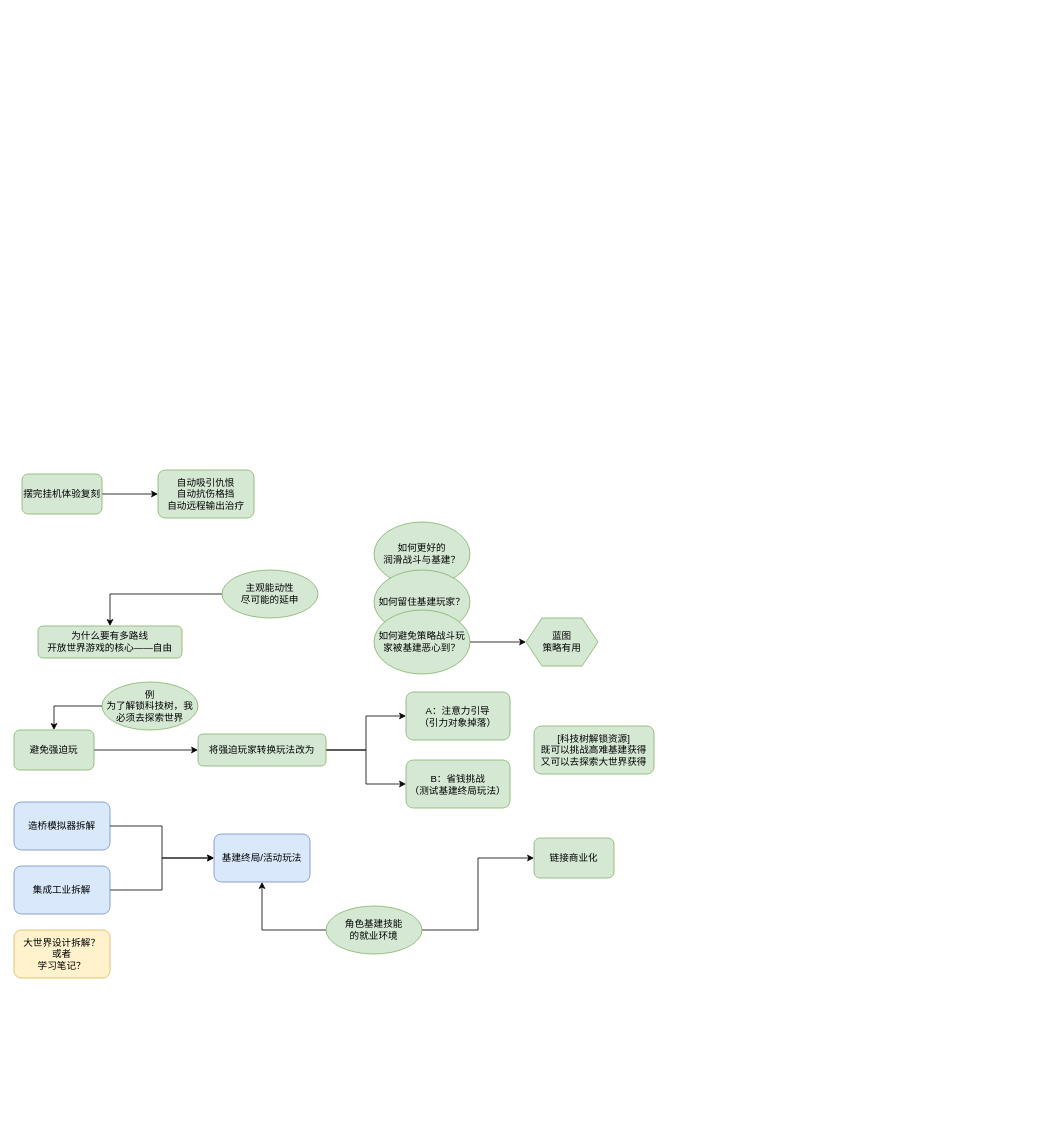
This is 方舟案子思考.drawio from Monokero/draw.io, a draw.io file, before an edit. Source tidied: cells renumbered, new cells numbered last; positions are measured from the earlier drawing's top-left corner, leaving out a move shared by most shapes. Both pictures are drawn from the tidied source at 80%, with x=0, y=0 at pixel (14, 470).
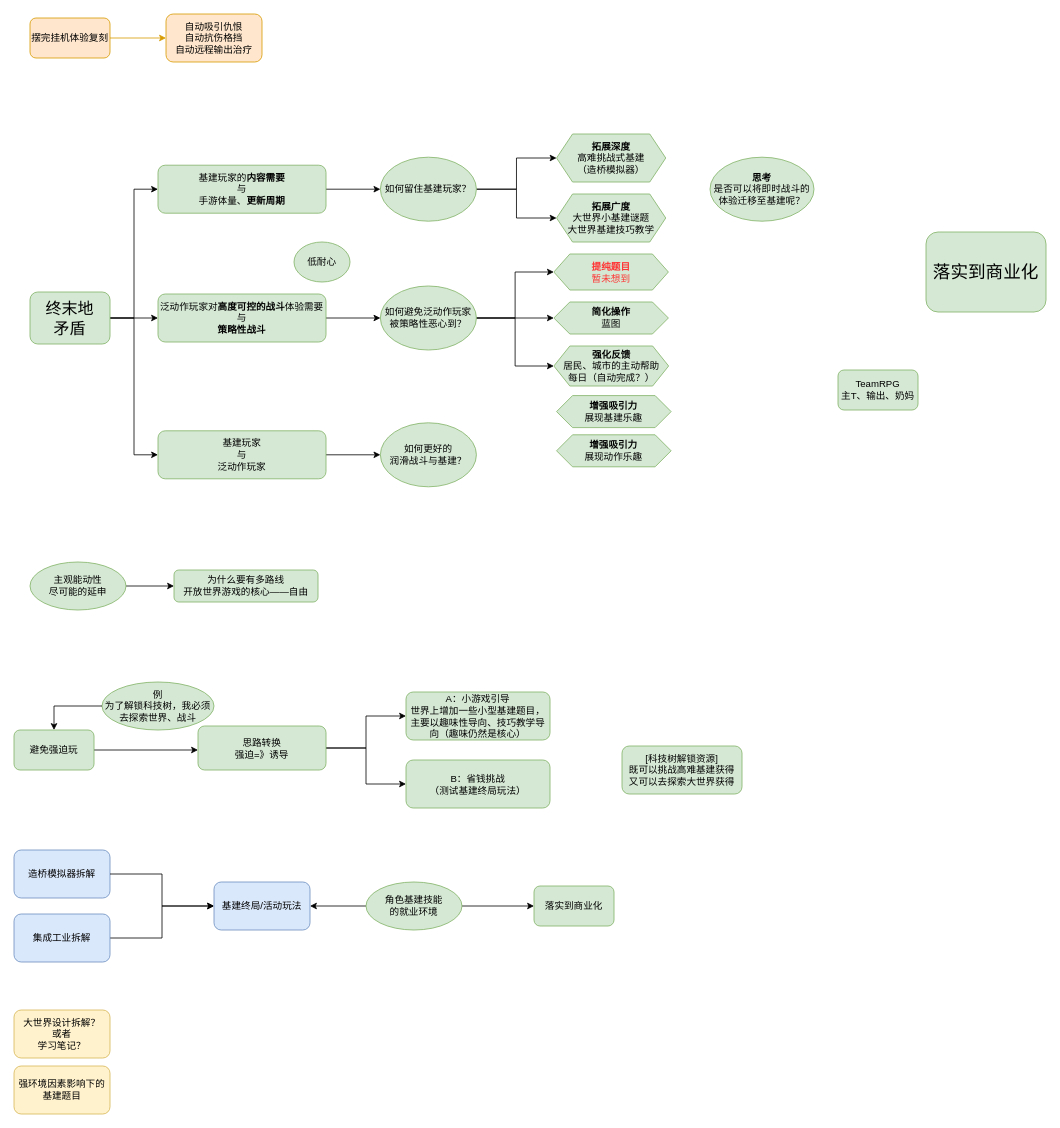
The same diagram, later.

Commit message:
更新方舟案子思考.drawio

The edit, as a diff of the source:
```diff
@@
     <mxCell id="2" value="造桥模拟器拆解" style="rounded=1;whiteSpace=wrap;html=1;fillColor=#dae8fc;strokeColor=#6c8ebf;" parent="1" vertex="1">
-      <mxGeometry y="415" width="120" height="60" as="geometry" />
+      <mxGeometry y="475" width="120" height="60" as="geometry" />
     </mxCell>
@@
     <mxCell id="4" value="集成工业拆解" style="whiteSpace=wrap;html=1;rounded=1;fillColor=#dae8fc;strokeColor=#6c8ebf;" parent="1" vertex="1">
-      <mxGeometry y="495" width="120" height="60" as="geometry" />
+      <mxGeometry y="555" width="120" height="60" as="geometry" />
     </mxCell>
@@
     <mxCell id="7" value="大世界设计拆解？&lt;div&gt;或者&lt;/div&gt;&lt;div&gt;学习笔记？&lt;/div&gt;" style="rounded=1;whiteSpace=wrap;html=1;fillColor=#fff2cc;strokeColor=#d6b656;" parent="1" vertex="1">
-      <mxGeometry y="575" width="120" height="60" as="geometry" />
+      <mxGeometry y="675" width="120" height="60" as="geometry" />
     </mxCell>
     <mxCell id="8" value="为什么要有多路线&lt;div&gt;开放世界游戏的核心——自由&lt;/div&gt;" style="rounded=1;whiteSpace=wrap;html=1;fillColor=#d5e8d4;strokeColor=#82b366;" parent="1" vertex="1">
-      <mxGeometry x="30" y="195" width="180" height="40" as="geometry" />
+      <mxGeometry x="200" y="125" width="180" height="40" as="geometry" />
     </mxCell>
     <mxCell id="9" value="&lt;div&gt;&lt;span style=&quot;background-color: transparent; color: light-dark(rgb(0, 0, 0), rgb(255, 255, 255));&quot;&gt;[科技树解锁资源]&lt;/span&gt;&lt;/div&gt;&lt;div&gt;既可以挑战高难基建获得&lt;/div&gt;&lt;div&gt;又可以去探索大世界获得&lt;/div&gt;" style="rounded=1;whiteSpace=wrap;html=1;fillColor=#d5e8d4;strokeColor=#82b366;" parent="1" vertex="1">
-      <mxGeometry x="650" y="320" width="150" height="60" as="geometry" />
+      <mxGeometry x="760" y="345" width="150" height="60" as="geometry" />
     </mxCell>
-    <mxCell id="10" value="例&lt;div&gt;为了解锁科技树，我必须去探索世界&lt;/div&gt;" style="ellipse;whiteSpace=wrap;html=1;fillColor=#d5e8d4;strokeColor=#82b366;" parent="1" vertex="1">
-      <mxGeometry x="110" y="265" width="120" height="60" as="geometry" />
+    <mxCell id="10" value="例&lt;div&gt;为了解锁科技树，我必须去探索世界、战斗&lt;/div&gt;" style="ellipse;whiteSpace=wrap;html=1;fillColor=#d5e8d4;strokeColor=#82b366;" parent="1" vertex="1">
+      <mxGeometry x="110" y="265" width="140" height="60" as="geometry" />
     </mxCell>
@@
-    <mxCell id="13" value="将强迫玩家转换玩法改为" style="rounded=1;whiteSpace=wrap;html=1;fillColor=#d5e8d4;strokeColor=#82b366;" parent="1" vertex="1">
-      <mxGeometry x="230" y="330" width="160" height="40" as="geometry" />
+    <mxCell id="13" value="思路转换&lt;div&gt;强迫=》诱导&lt;/div&gt;" style="rounded=1;whiteSpace=wrap;html=1;fillColor=#d5e8d4;strokeColor=#82b366;" parent="1" vertex="1">
+      <mxGeometry x="230" y="320" width="160" height="55" as="geometry" />
     </mxCell>
-    <mxCell id="14" value="如何更好的&lt;div&gt;润滑战斗与基建？&lt;/div&gt;" style="ellipse;whiteSpace=wrap;html=1;fillColor=#d5e8d4;strokeColor=#82b366;" parent="1" vertex="1">
-      <mxGeometry x="450" y="65" width="120" height="80" as="geometry" />
-    </mxCell>
@@
     <mxCell id="16" value="基建终局/活动玩法" style="rounded=1;whiteSpace=wrap;html=1;fillColor=#dae8fc;strokeColor=#6c8ebf;" parent="1" vertex="1">
-      <mxGeometry x="250" y="455" width="120" height="60" as="geometry" />
+      <mxGeometry x="250" y="515" width="120" height="60" as="geometry" />
     </mxCell>
@@
-    <mxCell id="18" value="A：注意力引导&lt;div&gt;（引力对象掉落）&lt;/div&gt;" style="rounded=1;whiteSpace=wrap;html=1;fillColor=#d5e8d4;strokeColor=#82b366;" parent="1" vertex="1">
-      <mxGeometry x="490" y="277.5" width="130" height="60" as="geometry" />
+    <mxCell id="18" value="A：小游戏引导&lt;br&gt;&lt;div&gt;世界上增加一些小型基建题目，主要以趣味性导向、技巧教学导向（趣味仍然是核心）&lt;/div&gt;" style="rounded=1;whiteSpace=wrap;html=1;fillColor=#d5e8d4;strokeColor=#82b366;" parent="1" vertex="1">
+      <mxGeometry x="490" y="277.5" width="180" height="60" as="geometry" />
     </mxCell>
     <mxCell id="19" value="B：省钱挑战&lt;div&gt;（测试基建终局玩法）&lt;/div&gt;" style="rounded=1;whiteSpace=wrap;html=1;fillColor=#d5e8d4;strokeColor=#82b366;" parent="1" vertex="1">
-      <mxGeometry x="490" y="362.5" width="130" height="60" as="geometry" />
+      <mxGeometry x="490" y="362.5" width="180" height="60" as="geometry" />
     </mxCell>
-    <mxCell id="20" style="edgeStyle=orthogonalEdgeStyle;rounded=0;jettySize=auto;html=1;" parent="1" edge="1" source="21" target="8">
+    <mxCell id="20" style="edgeStyle=orthogonalEdgeStyle;rounded=0;jettySize=auto;html=1;exitX=1;exitY=0.5;exitDx=0;exitDy=0;" parent="1" edge="1" source="21" target="8">
       <mxGeometry relative="1" as="geometry" />
     </mxCell>
     <mxCell id="21" value="主观能动性&lt;div&gt;尽可能的延申&lt;/div&gt;" style="ellipse;whiteSpace=wrap;html=1;fillColor=#d5e8d4;strokeColor=#82b366;" parent="1" vertex="1">
-      <mxGeometry x="260" y="125" width="120" height="60" as="geometry" />
+      <mxGeometry x="20" y="115" width="120" height="60" as="geometry" />
     </mxCell>
+    <mxCell id="33" style="edgeStyle=orthogonalEdgeStyle;rounded=0;jettySize=auto;html=1;entryX=0;entryY=0.5;entryDx=0;entryDy=0;" parent="1" edge="1" source="22" target="49">
+      <mxGeometry relative="1" as="geometry" />
+    </mxCell>
+    <mxCell id="34" style="edgeStyle=orthogonalEdgeStyle;rounded=0;jettySize=auto;html=1;entryX=0;entryY=0.5;entryDx=0;entryDy=0;" parent="1" edge="1" source="22" target="48">
+      <mxGeometry relative="1" as="geometry" />
+    </mxCell>
     <mxCell id="22" value="如何留住基建玩家？" style="ellipse;whiteSpace=wrap;html=1;fillColor=#d5e8d4;strokeColor=#82b366;" parent="1" vertex="1">
-      <mxGeometry x="450" y="125" width="120" height="80" as="geometry" />
+      <mxGeometry x="458" y="-391" width="120" height="80" as="geometry" />
     </mxCell>
-    <mxCell id="23" style="edgeStyle=orthogonalEdgeStyle;rounded=0;jettySize=auto;html=1;" parent="1" edge="1" source="24" target="25">
+    <mxCell id="23" style="edgeStyle=orthogonalEdgeStyle;rounded=0;jettySize=auto;html=1;entryX=0;entryY=0.5;entryDx=0;entryDy=0;" parent="1" edge="1" source="24" target="25">
       <mxGeometry relative="1" as="geometry" />
     </mxCell>
+    <mxCell id="35" style="edgeStyle=orthogonalEdgeStyle;rounded=0;jettySize=auto;html=1;entryX=0;entryY=0.5;entryDx=0;entryDy=0;" parent="1" edge="1" source="24" target="51">
+      <mxGeometry relative="1" as="geometry" />
+    </mxCell>
+    <mxCell id="36" style="edgeStyle=orthogonalEdgeStyle;rounded=0;jettySize=auto;html=1;entryX=0;entryY=0.5;entryDx=0;entryDy=0;" parent="1" edge="1" source="24" target="50">
+      <mxGeometry relative="1" as="geometry" />
+    </mxCell>
-    <mxCell id="24" value="如何避免策略战斗玩家被基建恶心到？" style="ellipse;whiteSpace=wrap;html=1;fillColor=#d5e8d4;strokeColor=#82b366;" parent="1" vertex="1">
-      <mxGeometry x="450" y="175" width="120" height="80" as="geometry" />
+    <mxCell id="24" value="如何避免泛动作玩家被策略性恶心到？" style="ellipse;whiteSpace=wrap;html=1;fillColor=#d5e8d4;strokeColor=#82b366;" parent="1" vertex="1">
+      <mxGeometry x="458" y="-230" width="120" height="80" as="geometry" />
     </mxCell>
-    <mxCell id="25" value="蓝图&lt;div&gt;策略有用&lt;/div&gt;" style="shape=hexagon;perimeter=hexagonPerimeter2;whiteSpace=wrap;html=1;fixedSize=1;fillColor=#d5e8d4;strokeColor=#82b366;" parent="1" vertex="1">
-      <mxGeometry x="640" y="185" width="90" height="60" as="geometry" />
+    <mxCell id="25" value="&lt;b&gt;简化操作&lt;/b&gt;&lt;div&gt;蓝图&lt;/div&gt;" style="shape=hexagon;perimeter=hexagonPerimeter2;whiteSpace=wrap;html=1;fixedSize=1;fillColor=#d5e8d4;strokeColor=#82b366;" parent="1" vertex="1">
+      <mxGeometry x="674.8" y="-210" width="143.2" height="40" as="geometry" />
     </mxCell>
-    <mxCell id="26" value="&lt;div&gt;链接商业化&lt;/div&gt;" style="rounded=1;whiteSpace=wrap;html=1;fillColor=#d5e8d4;strokeColor=#82b366;" parent="1" vertex="1">
-      <mxGeometry x="650" y="460" width="100" height="50" as="geometry" />
+    <mxCell id="26" value="&lt;div&gt;落实到商业化&lt;/div&gt;" style="rounded=1;whiteSpace=wrap;html=1;fillColor=#d5e8d4;strokeColor=#82b366;" parent="1" vertex="1">
+      <mxGeometry x="650" y="520" width="100" height="50" as="geometry" />
     </mxCell>
-    <mxCell id="27" style="edgeStyle=orthogonalEdgeStyle;rounded=0;jettySize=auto;html=1;entryX=0.5;entryY=1;entryDx=0;entryDy=0;" parent="1" edge="1" source="29" target="16">
+    <mxCell id="27" style="edgeStyle=orthogonalEdgeStyle;rounded=0;jettySize=auto;html=1;entryX=1;entryY=0.5;entryDx=0;entryDy=0;" parent="1" edge="1" source="29" target="16">
       <mxGeometry relative="1" as="geometry" />
     </mxCell>
@@
     <mxCell id="29" value="角色基建技能&lt;div&gt;的就业环境&lt;/div&gt;" style="ellipse;whiteSpace=wrap;html=1;fillColor=#d5e8d4;strokeColor=#82b366;" parent="1" vertex="1">
-      <mxGeometry x="390" y="545" width="120" height="60" as="geometry" />
+      <mxGeometry x="440" y="515" width="120" height="60" as="geometry" />
     </mxCell>
-    <mxCell id="30" style="edgeStyle=orthogonalEdgeStyle;rounded=0;jettySize=auto;html=1;" parent="1" edge="1" source="31" target="32">
+    <mxCell id="30" style="edgeStyle=orthogonalEdgeStyle;rounded=0;jettySize=auto;html=1;fillColor=#ffe6cc;strokeColor=#d79b00;" parent="1" edge="1" source="31" target="32">
       <mxGeometry relative="1" as="geometry" />
     </mxCell>
-    <mxCell id="31" value="摆完挂机体验复刻" style="rounded=1;whiteSpace=wrap;html=1;fillColor=#d5e8d4;strokeColor=#82b366;" parent="1" vertex="1">
-      <mxGeometry x="10" y="5" width="100" height="50" as="geometry" />
+    <mxCell id="31" value="摆完挂机体验复刻" style="rounded=1;whiteSpace=wrap;html=1;fillColor=#ffe6cc;strokeColor=#d79b00;" parent="1" vertex="1">
+      <mxGeometry x="20" y="-565" width="100" height="50" as="geometry" />
     </mxCell>
-    <mxCell id="32" value="自动吸引仇恨&lt;div&gt;自动抗伤格挡&lt;/div&gt;&lt;div&gt;自动远程输出治疗&lt;/div&gt;" style="whiteSpace=wrap;html=1;fillColor=#d5e8d4;strokeColor=#82b366;rounded=1;" parent="1" vertex="1">
-      <mxGeometry x="180" width="120" height="60" as="geometry" />
+    <mxCell id="32" value="自动吸引仇恨&lt;div&gt;自动抗伤格挡&lt;/div&gt;&lt;div&gt;自动远程输出治疗&lt;/div&gt;" style="whiteSpace=wrap;html=1;rounded=1;fillColor=#ffe6cc;strokeColor=#d79b00;" parent="1" vertex="1">
+      <mxGeometry x="190" y="-570" width="120" height="60" as="geometry" />
     </mxCell>
+    <mxCell id="37" value="强环境因素影响下的基建题目" style="rounded=1;whiteSpace=wrap;html=1;fillColor=#fff2cc;strokeColor=#d6b656;" parent="1" vertex="1">
+      <mxGeometry y="745" width="120" height="60" as="geometry" />
+    </mxCell>
+    <mxCell id="38" style="edgeStyle=orthogonalEdgeStyle;rounded=0;jettySize=auto;html=1;entryX=0;entryY=0.5;entryDx=0;entryDy=0;" parent="1" edge="1" source="41" target="43">
+      <mxGeometry relative="1" as="geometry" />
+    </mxCell>
+    <mxCell id="39" style="edgeStyle=orthogonalEdgeStyle;rounded=0;jettySize=auto;html=1;entryX=0;entryY=0.5;entryDx=0;entryDy=0;" parent="1" edge="1" source="41" target="45">
+      <mxGeometry relative="1" as="geometry" />
+    </mxCell>
+    <mxCell id="40" style="edgeStyle=orthogonalEdgeStyle;rounded=0;jettySize=auto;html=1;entryX=0;entryY=0.5;entryDx=0;entryDy=0;" parent="1" edge="1" source="41" target="47">
+      <mxGeometry relative="1" as="geometry" />
+    </mxCell>
+    <mxCell id="41" value="终末地&lt;div&gt;矛盾&lt;/div&gt;" style="rounded=1;whiteSpace=wrap;html=1;fillColor=#d5e8d4;strokeColor=#82b366;fontSize=20;" parent="1" vertex="1">
+      <mxGeometry x="20" y="-222.5" width="100" height="65" as="geometry" />
+    </mxCell>
+    <mxCell id="42" style="edgeStyle=orthogonalEdgeStyle;rounded=0;jettySize=auto;html=1;" parent="1" edge="1" source="43" target="22">
+      <mxGeometry relative="1" as="geometry" />
+    </mxCell>
+    <mxCell id="43" value="基建玩家的&lt;b&gt;内容需要&lt;/b&gt;&lt;div&gt;与&lt;/div&gt;&lt;div&gt;手游体量、&lt;b&gt;更新周期&lt;/b&gt;&lt;/div&gt;" style="whiteSpace=wrap;html=1;fillColor=#d5e8d4;strokeColor=#82b366;rounded=1;" parent="1" vertex="1">
+      <mxGeometry x="180" y="-381" width="210" height="60" as="geometry" />
+    </mxCell>
+    <mxCell id="44" style="edgeStyle=orthogonalEdgeStyle;rounded=0;jettySize=auto;html=1;entryX=0;entryY=0.5;entryDx=0;entryDy=0;" parent="1" edge="1" source="45" target="24">
+      <mxGeometry relative="1" as="geometry" />
+    </mxCell>
+    <mxCell id="45" value="泛动作玩家对&lt;b&gt;高度可控的战斗&lt;/b&gt;体验需要&lt;div&gt;与&lt;/div&gt;&lt;div&gt;&lt;b&gt;策略性战斗&lt;/b&gt;&lt;/div&gt;" style="whiteSpace=wrap;html=1;fillColor=#d5e8d4;strokeColor=#82b366;rounded=1;" parent="1" vertex="1">
+      <mxGeometry x="180" y="-220" width="210" height="60" as="geometry" />
+    </mxCell>
+    <mxCell id="46" style="edgeStyle=orthogonalEdgeStyle;rounded=0;jettySize=auto;html=1;entryX=0;entryY=0.5;entryDx=0;entryDy=0;" parent="1" edge="1" source="47" target="14">
+      <mxGeometry relative="1" as="geometry" />
+    </mxCell>
+    <mxCell id="47" value="基建玩家&lt;div&gt;与&lt;/div&gt;&lt;div&gt;泛动作玩家&lt;/div&gt;" style="whiteSpace=wrap;html=1;fillColor=#d5e8d4;strokeColor=#82b366;rounded=1;" parent="1" vertex="1">
+      <mxGeometry x="180" y="-49" width="210" height="60" as="geometry" />
+    </mxCell>
+    <mxCell id="14" value="如何更好的&lt;div&gt;润滑战斗与基建？&lt;/div&gt;" style="ellipse;whiteSpace=wrap;html=1;fillColor=#d5e8d4;strokeColor=#82b366;" parent="1" vertex="1">
+      <mxGeometry x="458" y="-59" width="120" height="80" as="geometry" />
+    </mxCell>
+    <mxCell id="48" value="&lt;div&gt;&lt;b&gt;拓展广度&lt;/b&gt;&lt;/div&gt;大世界小基建谜题&lt;div&gt;大世界基建技巧教学&lt;/div&gt;" style="shape=hexagon;perimeter=hexagonPerimeter2;whiteSpace=wrap;html=1;fixedSize=1;fillColor=#d5e8d4;strokeColor=#82b366;" parent="1" vertex="1">
+      <mxGeometry x="678.2" y="-345" width="136.5" height="60" as="geometry" />
+    </mxCell>
+    <mxCell id="49" value="&lt;div&gt;&lt;b style=&quot;background-color: transparent; color: light-dark(rgb(0, 0, 0), rgb(255, 255, 255));&quot;&gt;拓展&lt;/b&gt;&lt;b&gt;深度&lt;/b&gt;&lt;/div&gt;高难挑战式基建&lt;div&gt;（造桥模拟器）&lt;/div&gt;" style="shape=hexagon;perimeter=hexagonPerimeter2;whiteSpace=wrap;html=1;fixedSize=1;fillColor=#d5e8d4;strokeColor=#82b366;" parent="1" vertex="1">
+      <mxGeometry x="678.2" y="-420" width="136.5" height="60" as="geometry" />
+    </mxCell>
+    <mxCell id="50" value="&lt;b&gt;提纯题目&lt;/b&gt;&lt;div&gt;暂未想到&lt;/div&gt;" style="shape=hexagon;perimeter=hexagonPerimeter2;whiteSpace=wrap;html=1;fixedSize=1;fillColor=#d5e8d4;strokeColor=#82b366;fontColor=#FF3333;" parent="1" vertex="1">
+      <mxGeometry x="674.8" y="-270" width="143.2" height="45" as="geometry" />
+    </mxCell>
+    <mxCell id="51" value="&lt;b&gt;强化&lt;/b&gt;&lt;b&gt;反馈&lt;/b&gt;&lt;div&gt;居民、城市的主动帮助&lt;/div&gt;&lt;div&gt;每日（自动完成？）&lt;/div&gt;" style="shape=hexagon;perimeter=hexagonPerimeter2;whiteSpace=wrap;html=1;fixedSize=1;fillColor=#d5e8d4;strokeColor=#82b366;" parent="1" vertex="1">
+      <mxGeometry x="674.8" y="-155" width="143.5" height="50" as="geometry" />
+    </mxCell>
+    <mxCell id="52" value="&lt;div&gt;&lt;b&gt;思考&lt;/b&gt;&lt;/div&gt;是否可以将即时战斗的体验迁移至基建呢？" style="ellipse;whiteSpace=wrap;html=1;fillColor=#d5e8d4;strokeColor=#82b366;" parent="1" vertex="1">
+      <mxGeometry x="870" y="-391" width="130" height="80" as="geometry" />
+    </mxCell>
+    <mxCell id="53" value="低耐心" style="ellipse;whiteSpace=wrap;html=1;fillColor=#d5e8d4;strokeColor=#82b366;" parent="1" vertex="1">
+      <mxGeometry x="350" y="-285" width="70" height="50" as="geometry" />
+    </mxCell>
+    <mxCell id="54" value="&lt;div&gt;落实到商业化&lt;/div&gt;" style="rounded=1;whiteSpace=wrap;html=1;fillColor=#d5e8d4;strokeColor=#82b366;fontSize=22;" parent="1" vertex="1">
+      <mxGeometry x="1140" y="-297.5" width="150" height="100" as="geometry" />
+    </mxCell>
+    <mxCell id="55" value="&lt;div&gt;TeamRPG&lt;/div&gt;&lt;div&gt;主T、输出、奶妈&lt;/div&gt;" style="rounded=1;whiteSpace=wrap;html=1;fillColor=#d5e8d4;strokeColor=#82b366;" parent="1" vertex="1">
+      <mxGeometry x="1030" y="-125" width="100" height="50" as="geometry" />
+    </mxCell>
+    <mxCell id="56" value="&lt;b&gt;增强吸引力&lt;/b&gt;&lt;div&gt;展现基建乐趣&lt;/div&gt;" style="shape=hexagon;perimeter=hexagonPerimeter2;whiteSpace=wrap;html=1;fixedSize=1;fillColor=#d5e8d4;strokeColor=#82b366;" parent="1" vertex="1">
+      <mxGeometry x="678.2" y="-93" width="143.2" height="40" as="geometry" />
+    </mxCell>
+    <mxCell id="57" value="&lt;b&gt;增强吸引力&lt;/b&gt;&lt;div&gt;展现动作乐趣&lt;/div&gt;" style="shape=hexagon;perimeter=hexagonPerimeter2;whiteSpace=wrap;html=1;fixedSize=1;fillColor=#d5e8d4;strokeColor=#82b366;" parent="1" vertex="1">
+      <mxGeometry x="678.2" y="-44" width="143.2" height="40" as="geometry" />
+    </mxCell>
```
